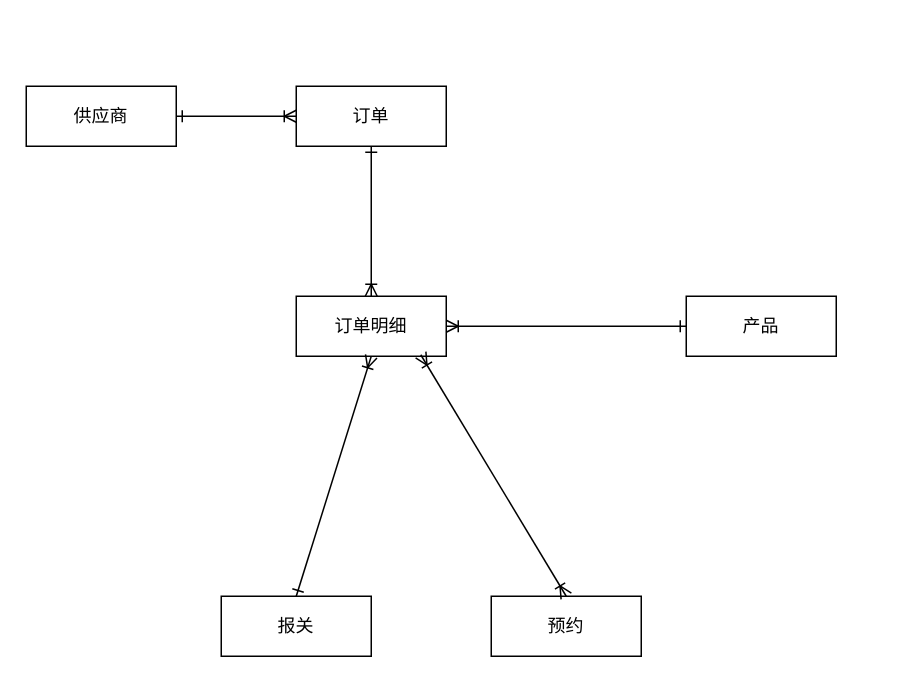
This is page "Page-10" (10 of 12) of shrine-doc/进区预约系统.drawio from easefulfil/CLOUDCARE, a draw.io file, before an edit. Source tidied: cells renumbered, new cells numbered last; positions are measured from the earlier drawing's top-left corner, leaving out a move shared by most shapes. Both pictures are drawn from the tidied source at 150%, with x=0, y=0 at pixel (26, 86).
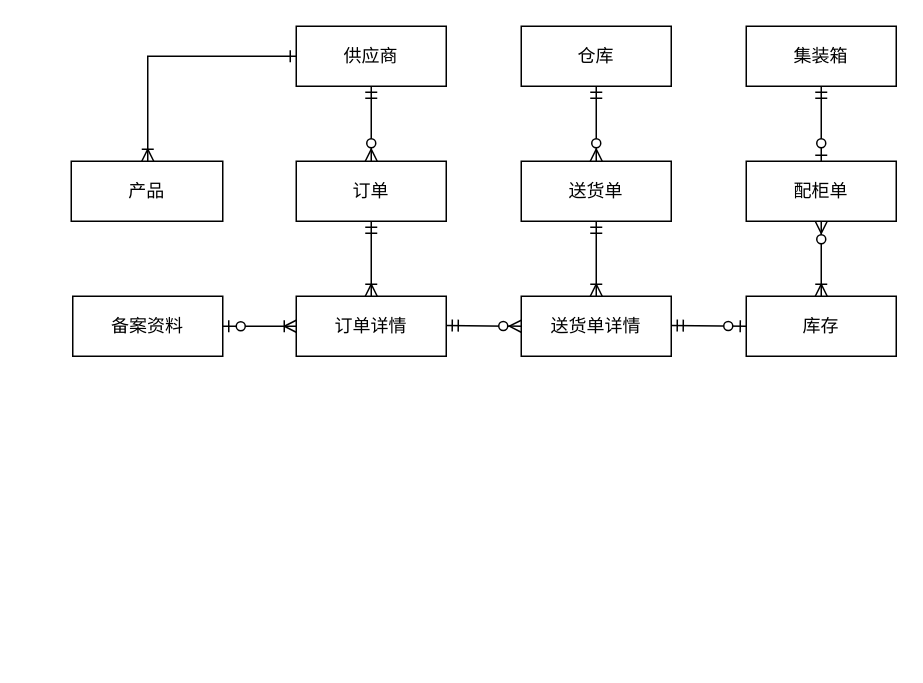
After the change.

What changed in the source:
```diff
@@
-    <mxCell id="2" style="edgeStyle=orthogonalEdgeStyle;rounded=0;jettySize=auto;html=1;startArrow=ERone;startFill=0;endArrow=ERoneToMany;endFill=0;" parent="1" edge="1" source="3" target="4">
+    <mxCell id="2" style="edgeStyle=orthogonalEdgeStyle;rounded=0;jettySize=auto;html=1;startArrow=ERmandOne;startFill=0;endArrow=ERoneToMany;endFill=0;" parent="1" edge="1" source="3" target="4">
       <mxGeometry relative="1" as="geometry" />
     </mxCell>
     <mxCell id="3" value="订单" style="whiteSpace=wrap;html=1;align=center;" parent="1" vertex="1">
-      <mxGeometry x="180" width="100" height="40" as="geometry" />
+      <mxGeometry x="180" y="50" width="100" height="40" as="geometry" />
     </mxCell>
-    <mxCell id="4" value="订单明细" style="whiteSpace=wrap;html=1;align=center;" parent="1" vertex="1">
+    <mxCell id="4" value="订单详情" style="whiteSpace=wrap;html=1;align=center;" parent="1" vertex="1">
       <mxGeometry x="180" y="140" width="100" height="40" as="geometry" />
     </mxCell>
-    <mxCell id="5" value="报关" style="whiteSpace=wrap;html=1;align=center;" parent="1" vertex="1">
-      <mxGeometry x="130" y="340" width="100" height="40" as="geometry" />
+    <mxCell id="5" value="备案资料" style="whiteSpace=wrap;html=1;align=center;" parent="1" vertex="1">
+      <mxGeometry x="31" y="140" width="100" height="40" as="geometry" />
     </mxCell>
-    <mxCell id="6" value="预约" style="whiteSpace=wrap;html=1;align=center;" parent="1" vertex="1">
-      <mxGeometry x="310" y="340" width="100" height="40" as="geometry" />
+    <mxCell id="6" value="库存" style="whiteSpace=wrap;html=1;align=center;" parent="1" vertex="1">
+      <mxGeometry x="480" y="140" width="100" height="40" as="geometry" />
     </mxCell>
     <mxCell id="7" value="产品" style="whiteSpace=wrap;html=1;align=center;" parent="1" vertex="1">
-      <mxGeometry x="440" y="140" width="100" height="40" as="geometry" />
+      <mxGeometry x="30" y="50" width="101" height="40" as="geometry" />
     </mxCell>
-    <mxCell id="8" style="endArrow=ERoneToMany;html=1;rounded=0;entryX=0.5;entryY=0;entryDx=0;entryDy=0;exitX=0.83;exitY=0.975;exitDx=0;exitDy=0;exitPerimeter=0;startArrow=ERoneToMany;startFill=0;endFill=0;" parent="1" edge="1" source="4" target="6">
-      <mxGeometry relative="1" as="geometry" />
-    </mxCell>
-    <mxCell id="9" style="endArrow=ERone;html=1;rounded=0;exitX=0.5;exitY=1;exitDx=0;exitDy=0;entryX=0.5;entryY=0;entryDx=0;entryDy=0;startArrow=ERoneToMany;startFill=0;endFill=0;" parent="1" edge="1" source="4" target="5">
-      <mxGeometry relative="1" as="geometry" />
+    <mxCell id="9" style="endArrow=ERzeroToOne;html=1;rounded=0;entryX=1;entryY=0.5;entryDx=0;entryDy=0;startArrow=ERoneToMany;startFill=0;endFill=1;" parent="1" edge="1" target="5">
+      <mxGeometry relative="1" as="geometry">
+        <mxPoint x="180" y="160" as="sourcePoint" />
+      </mxGeometry>
     </mxCell>
-    <mxCell id="10" style="endArrow=ERone;html=1;rounded=0;startArrow=ERoneToMany;startFill=0;endFill=0;" parent="1" edge="1">
-      <mxGeometry relative="1" as="geometry">
-        <mxPoint x="280" y="160" as="sourcePoint" />
-        <mxPoint x="440" y="160" as="targetPoint" />
-      </mxGeometry>
-    </mxCell>
-    <mxCell id="11" style="edgeStyle=orthogonalEdgeStyle;rounded=0;jettySize=auto;html=1;startArrow=ERone;startFill=0;endArrow=ERoneToMany;endFill=0;" parent="1" edge="1" source="12" target="3">
+    <mxCell id="11" style="edgeStyle=orthogonalEdgeStyle;rounded=0;jettySize=auto;html=1;startArrow=ERmandOne;startFill=0;endArrow=ERzeroToMany;endFill=1;" parent="1" edge="1" source="12" target="3">
       <mxGeometry relative="1" as="geometry" />
     </mxCell>
     <mxCell id="12" value="供应商" style="whiteSpace=wrap;html=1;align=center;" parent="1" vertex="1">
-      <mxGeometry width="100" height="40" as="geometry" />
+      <mxGeometry x="180" y="-40" width="100" height="40" as="geometry" />
     </mxCell>
+    <mxCell id="13" value="仓库" style="whiteSpace=wrap;html=1;align=center;" parent="1" vertex="1">
+      <mxGeometry x="330" y="-40" width="100" height="40" as="geometry" />
+    </mxCell>
+    <mxCell id="14" value="送货单" style="whiteSpace=wrap;html=1;align=center;" parent="1" vertex="1">
+      <mxGeometry x="330" y="50" width="100" height="40" as="geometry" />
+    </mxCell>
+    <mxCell id="15" value="送货单详情" style="whiteSpace=wrap;html=1;align=center;" parent="1" vertex="1">
+      <mxGeometry x="330" y="140" width="100" height="40" as="geometry" />
+    </mxCell>
+    <mxCell id="16" style="edgeStyle=orthogonalEdgeStyle;rounded=0;jettySize=auto;html=1;startArrow=ERmandOne;startFill=0;endArrow=ERoneToMany;endFill=0;entryX=0.5;entryY=0;entryDx=0;entryDy=0;exitX=0.5;exitY=1;exitDx=0;exitDy=0;" parent="1" edge="1" source="14" target="15">
+      <mxGeometry relative="1" as="geometry">
+        <Array as="points">
+          <mxPoint x="380" y="140" />
+          <mxPoint x="380" y="140" />
+        </Array>
+      </mxGeometry>
+    </mxCell>
+    <mxCell id="17" style="endArrow=ERmandOne;html=1;rounded=0;startArrow=ERzeroToMany;startFill=1;endFill=0;entryX=1;entryY=0.5;entryDx=0;entryDy=0;exitX=0;exitY=0.5;exitDx=0;exitDy=0;" parent="1" edge="1" source="15">
+      <mxGeometry relative="1" as="geometry">
+        <mxPoint x="280" y="159.5" as="targetPoint" />
+      </mxGeometry>
+    </mxCell>
+    <mxCell id="18" value="配柜单" style="whiteSpace=wrap;html=1;align=center;" parent="1" vertex="1">
+      <mxGeometry x="480" y="50" width="100" height="40" as="geometry" />
+    </mxCell>
+    <mxCell id="19" style="endArrow=ERzeroToMany;html=1;rounded=0;startArrow=ERoneToMany;startFill=0;endFill=1;" parent="1" edge="1" target="18">
+      <mxGeometry relative="1" as="geometry">
+        <mxPoint x="530" y="140" as="sourcePoint" />
+      </mxGeometry>
+    </mxCell>
+    <mxCell id="20" value="集装箱" style="whiteSpace=wrap;html=1;align=center;" parent="1" vertex="1">
+      <mxGeometry x="480" y="-40" width="100" height="40" as="geometry" />
+    </mxCell>
+    <mxCell id="21" style="endArrow=ERzeroToOne;html=1;rounded=0;startArrow=ERmandOne;startFill=0;endFill=1;" parent="1" edge="1">
+      <mxGeometry relative="1" as="geometry">
+        <mxPoint x="530" as="sourcePoint" />
+        <mxPoint x="530" y="50" as="targetPoint" />
+      </mxGeometry>
+    </mxCell>
+    <mxCell id="22" style="edgeStyle=orthogonalEdgeStyle;rounded=0;jettySize=auto;html=1;startArrow=ERone;startFill=0;endArrow=ERoneToMany;endFill=0;entryX=0.505;entryY=0;entryDx=0;entryDy=0;entryPerimeter=0;exitX=0;exitY=0.5;exitDx=0;exitDy=0;" parent="1" edge="1" source="12" target="7">
+      <mxGeometry relative="1" as="geometry" />
+    </mxCell>
+    <mxCell id="23" style="edgeStyle=orthogonalEdgeStyle;rounded=0;jettySize=auto;html=1;startArrow=ERmandOne;startFill=0;endArrow=ERzeroToMany;endFill=1;entryX=0.5;entryY=0;entryDx=0;entryDy=0;exitX=0.5;exitY=1;exitDx=0;exitDy=0;" parent="1" edge="1" source="13" target="14">
+      <mxGeometry relative="1" as="geometry" />
+    </mxCell>
+    <mxCell id="24" style="endArrow=ERmandOne;html=1;rounded=0;startArrow=ERzeroToOne;startFill=1;endFill=0;entryX=1;entryY=0.5;entryDx=0;entryDy=0;exitX=0;exitY=0.5;exitDx=0;exitDy=0;" parent="1" edge="1">
+      <mxGeometry relative="1" as="geometry">
+        <mxPoint x="480" y="160" as="sourcePoint" />
+        <mxPoint x="430" y="159.5" as="targetPoint" />
+      </mxGeometry>
+    </mxCell>
```
